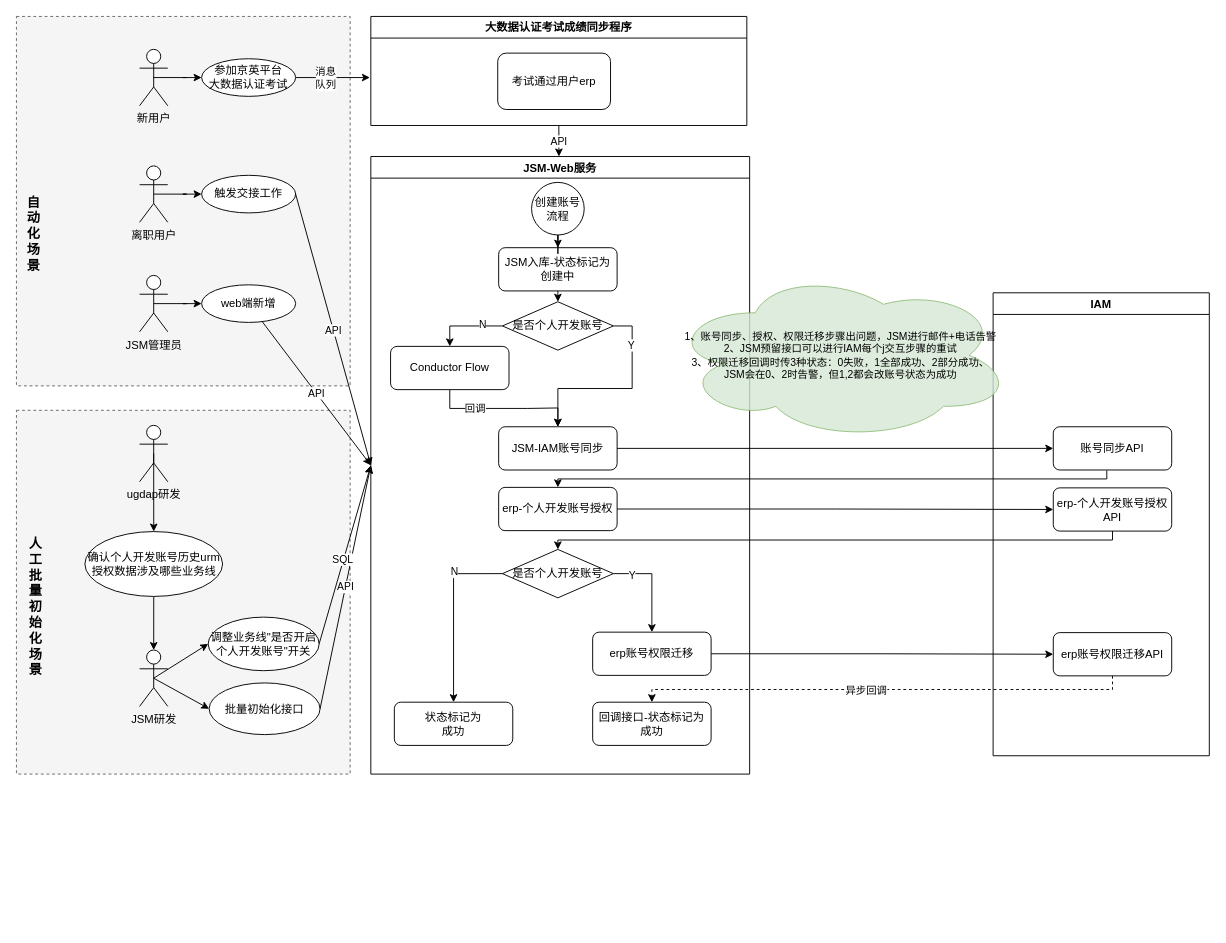
aliang9585/drawer keeps this draw.io diagram as Untitled Diagram.drawio. Above is the earlier version. Source tidied: cells renumbered, new cells numbered last; positions are measured from the earlier drawing's top-left corner, leaving out a move shared by most shapes. Both pictures are drawn from the tidied source at 94%, with x=0, y=0 at pixel (16, 16).
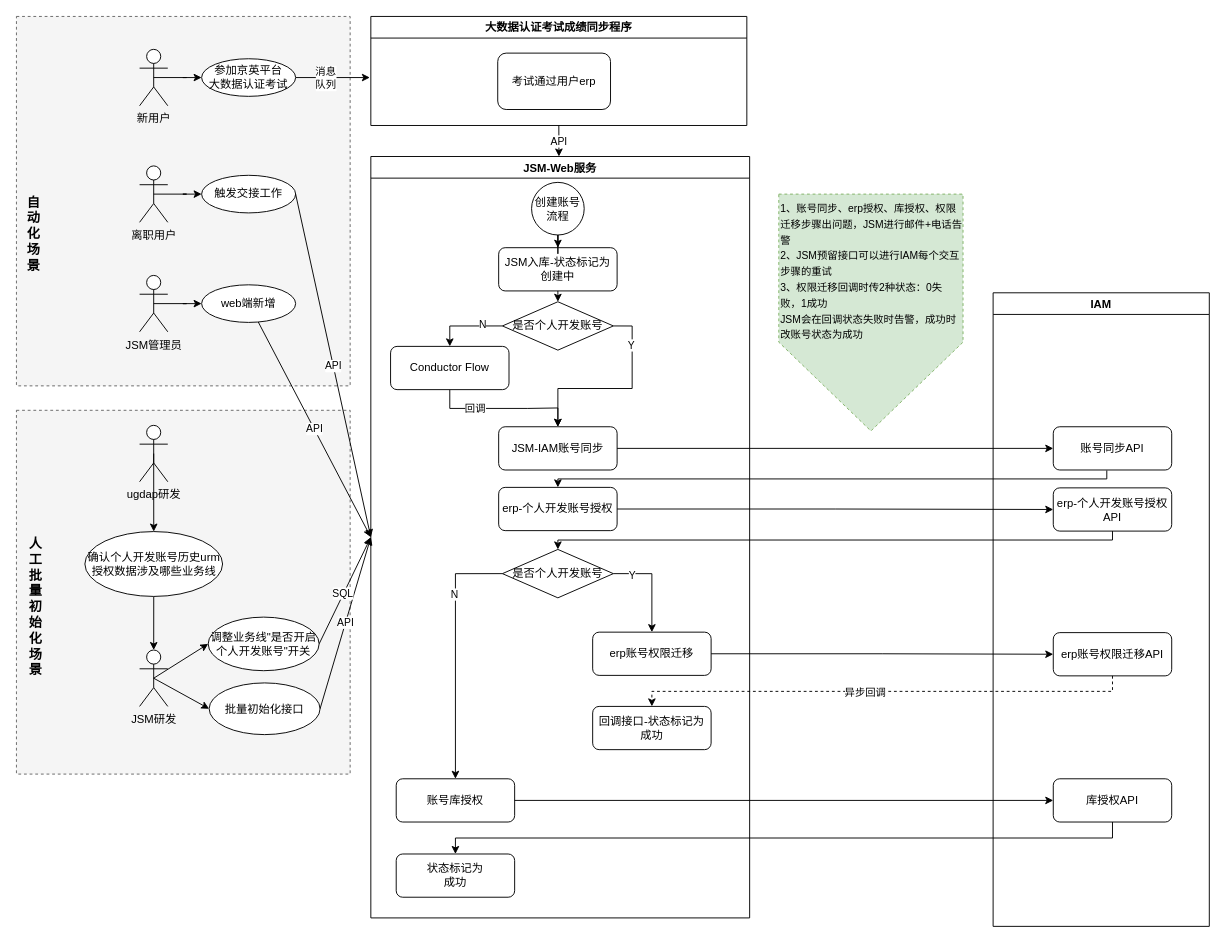
After the change.

Unchanged cells that the change refers to:
```xml
<mxCell id="29" value="是否个人开发账号" style="rhombus;whiteSpace=wrap;html=1;" parent="12" vertex="1">
  <mxGeometry x="140" y="418" width="118" height="51.5" as="geometry" />
</mxCell>
```

Change to the diagram source:
```diff
@@
     <mxCell id="12" value="JSM-Web服务" style="swimlane;" parent="1" vertex="1">
-      <mxGeometry x="377" y="149" width="403" height="657" as="geometry" />
+      <mxGeometry x="377" y="149" width="403" height="810" as="geometry" />
     </mxCell>
@@
     <mxCell id="18" value="回调接口-状态标记为&lt;br&gt;成功" style="rounded=1;whiteSpace=wrap;html=1;flipV=1;" parent="12" vertex="1">
-      <mxGeometry x="236" y="580.5" width="126" height="46" as="geometry" />
+      <mxGeometry x="236" y="585" width="126" height="46" as="geometry" />
     </mxCell>
@@
     <mxCell id="32" value="状态标记为&lt;br&gt;成功" style="rounded=1;whiteSpace=wrap;html=1;flipV=1;" parent="12" vertex="1">
-      <mxGeometry x="25" y="580.5" width="126" height="46" as="geometry" />
+      <mxGeometry x="27" y="742" width="126" height="46" as="geometry" />
     </mxCell>
-    <mxCell id="33" style="edgeStyle=orthogonalEdgeStyle;rounded=0;jettySize=auto;html=1;exitX=0;exitY=0.5;exitDx=0;exitDy=0;entryX=0.5;entryY=0;entryDx=0;entryDy=0;" parent="12" edge="1" source="29" target="32">
+    <mxCell id="33" style="edgeStyle=orthogonalEdgeStyle;rounded=0;jettySize=auto;html=1;exitX=0;exitY=0.5;exitDx=0;exitDy=0;entryX=0.5;entryY=0;entryDx=0;entryDy=0;" parent="12" edge="1" source="29" target="70">
       <mxGeometry relative="1" as="geometry" />
     </mxCell>
@@
+    <mxCell id="70" value="账号库授权" style="rounded=1;whiteSpace=wrap;html=1;flipV=1;" parent="12" vertex="1">
+      <mxGeometry x="27" y="662" width="126" height="46" as="geometry" />
+    </mxCell>
     <mxCell id="35" value="IAM" style="swimlane;" parent="1" vertex="1">
-      <mxGeometry x="1039" y="294" width="230" height="492.5" as="geometry" />
+      <mxGeometry x="1039" y="294" width="230" height="674" as="geometry" />
     </mxCell>
@@
+    <mxCell id="71" value="库授权API" style="rounded=1;whiteSpace=wrap;html=1;" parent="35" vertex="1">
+      <mxGeometry x="64" y="517" width="126" height="46" as="geometry" />
+    </mxCell>
@@
-    <mxCell id="50" value="1、账号同步、授权、权限迁移步骤出问题，JSM进行邮件+电话告警&lt;br&gt;2、JSM预留接口可以进行IAM每个j交互步骤的重试&lt;br&gt;3、权限迁移回调时传3种状态：0失败，1全部成功、2部分成功、&lt;br&gt;JSM会在0、2时告警，但1,2都会改账号状态为成功" style="ellipse;shape=cloud;whiteSpace=wrap;html=1;fontSize=11;fillColor=#d5e8d4;strokeColor=#82b366;opacity=80;" parent="1" vertex="1">
-      <mxGeometry x="695" y="270" width="364" height="181" as="geometry" />
-    </mxCell>
@@
+    <mxCell id="72" style="edgeStyle=none;rounded=0;jettySize=auto;html=1;exitX=1;exitY=0.5;exitDx=0;exitDy=0;fontSize=14;elbow=vertical;" parent="1" edge="1" source="70" target="71">
+      <mxGeometry relative="1" as="geometry" />
+    </mxCell>
+    <mxCell id="73" style="edgeStyle=elbowEdgeStyle;rounded=0;jettySize=auto;html=1;exitX=0.5;exitY=1;exitDx=0;exitDy=0;entryX=0.5;entryY=0;entryDx=0;entryDy=0;fontSize=14;elbow=vertical;" parent="1" edge="1" source="71" target="32">
+      <mxGeometry relative="1" as="geometry" />
+    </mxCell>
+    <mxCell id="74" value="&lt;span style=&quot;font-size: 11px&quot;&gt;1、账号同步、erp授权、库授权、权限迁移步骤出问题，JSM进行邮件+电话告警&lt;/span&gt;&lt;br style=&quot;font-size: 11px&quot;&gt;&lt;span style=&quot;font-size: 11px&quot;&gt;2、JSM预留接口可以进行IAM每个交互步骤的重试&lt;/span&gt;&lt;br style=&quot;font-size: 11px&quot;&gt;&lt;span style=&quot;font-size: 11px&quot;&gt;3、权限迁移回调时传2种状态：0失败，1成功&lt;/span&gt;&lt;br style=&quot;font-size: 11px&quot;&gt;&lt;span style=&quot;font-size: 11px&quot;&gt;JSM会在回调状态失败时告警，成功时改账号状态为成功&lt;/span&gt;" style="shape=offPageConnector;whiteSpace=wrap;html=1;dashed=1;fontSize=14;align=left;verticalAlign=top;fillColor=#d5e8d4;strokeColor=#82b366;" parent="1" vertex="1">
+      <mxGeometry x="811" y="189" width="196" height="252" as="geometry" />
+    </mxCell>
```
